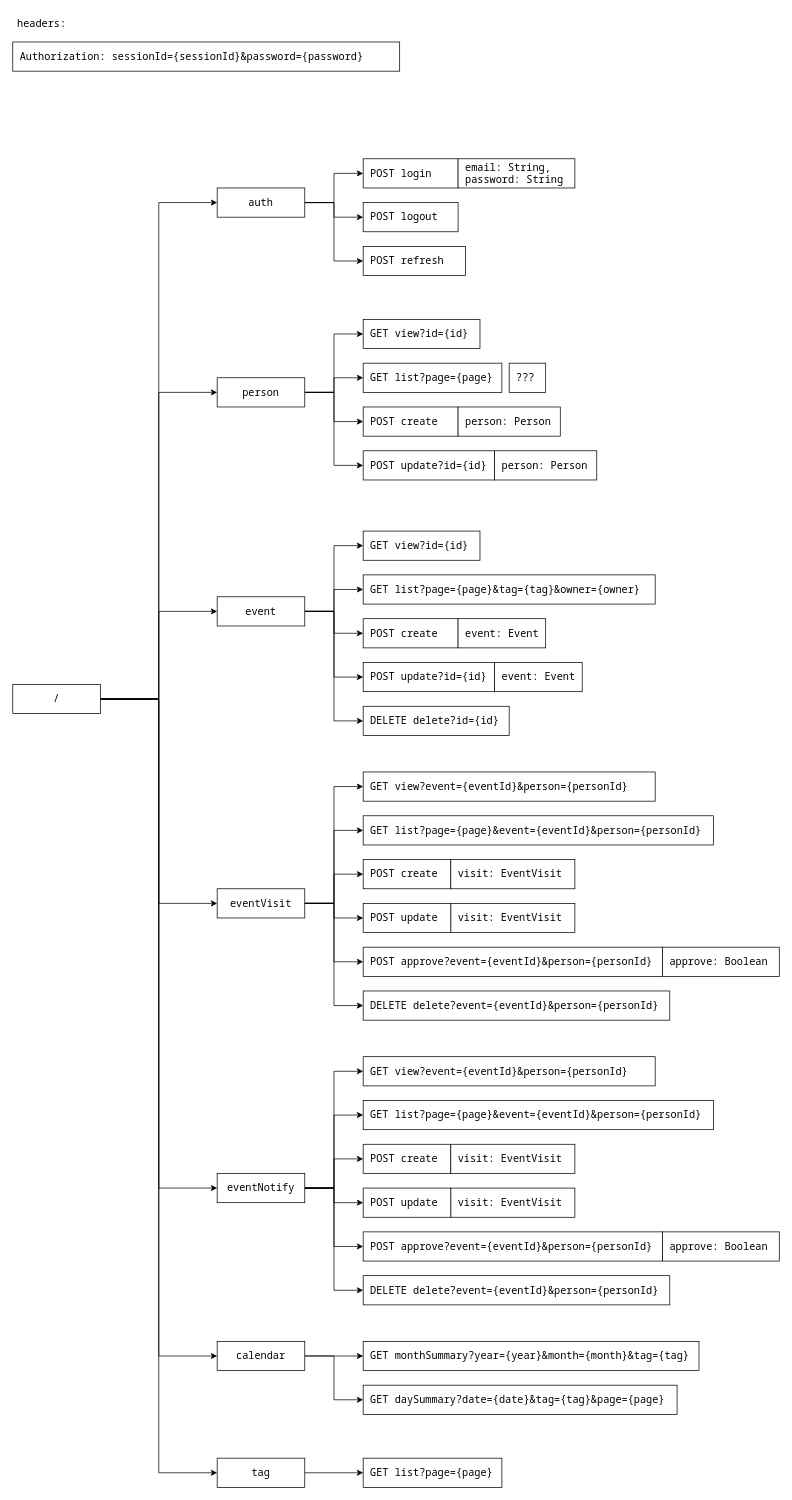
The draw.io diagram science/2023-11-29-webapi.drawio in dmitriynaumov1024/practice-events, before the edit. Source tidied: cells renumbered, new cells numbered last; positions are measured from the earlier drawing's top-left corner, leaving out a move shared by most shapes. Both pictures are drawn from the tidied source at 73%, with x=0, y=0 at pixel (12, 12).
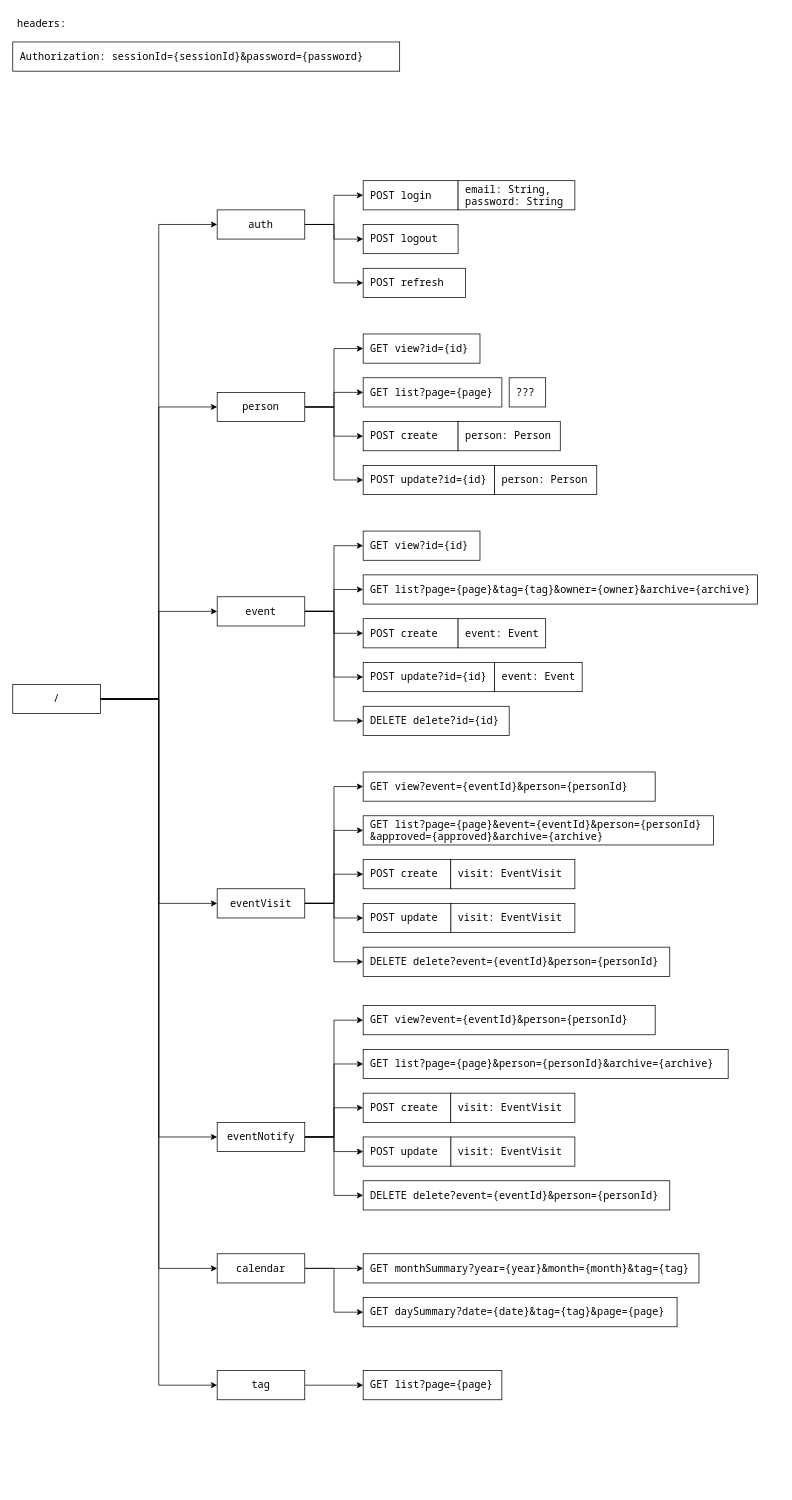
The same diagram, later.

Commit message (it also covers changes not shown here):
science: update webapi model, auth

Unchanged cells that the change refers to:
```xml
<mxCell id="39" value="eventVisit" style="rounded=0;whiteSpace=wrap;html=1;fontFamily=Noto Sans Mono;fontSize=14;" parent="1" vertex="1">
  <mxGeometry x="280" y="1200" width="120" height="40" as="geometry" />
</mxCell>
```

Change to the diagram source:
```diff
@@
     <mxCell id="20" value="person" style="rounded=0;whiteSpace=wrap;html=1;fontFamily=Noto Sans Mono;fontSize=14;" parent="1" vertex="1">
-      <mxGeometry x="280" y="500" width="120" height="40" as="geometry" />
+      <mxGeometry x="280" y="520" width="120" height="40" as="geometry" />
     </mxCell>
     <mxCell id="21" value="GET view?id={id}" style="rounded=0;whiteSpace=wrap;html=1;fontFamily=Noto Sans Mono;fontSize=14;align=left;spacingLeft=8;" parent="1" vertex="1">
-      <mxGeometry x="480" y="420" width="160" height="40" as="geometry" />
+      <mxGeometry x="480" y="440" width="160" height="40" as="geometry" />
     </mxCell>
     <mxCell id="22" value="POST create" style="rounded=0;whiteSpace=wrap;html=1;fontFamily=Noto Sans Mono;fontSize=14;align=left;spacingLeft=8;" parent="1" vertex="1">
-      <mxGeometry x="480" y="540" width="130" height="40" as="geometry" />
+      <mxGeometry x="480" y="560" width="130" height="40" as="geometry" />
     </mxCell>
     <mxCell id="23" value="GET list?page={page}" style="rounded=0;whiteSpace=wrap;html=1;fontFamily=Noto Sans Mono;fontSize=14;align=left;spacingLeft=8;" parent="1" vertex="1">
-      <mxGeometry x="480" y="480" width="190" height="40" as="geometry" />
+      <mxGeometry x="480" y="500" width="190" height="40" as="geometry" />
     </mxCell>
-    <mxCell id="24" value="GET list?page={page}&amp;amp;tag={tag}&amp;amp;owner={owner}" style="rounded=0;whiteSpace=wrap;html=1;fontFamily=Noto Sans Mono;fontSize=14;align=left;spacingLeft=8;" parent="1" vertex="1">
-      <mxGeometry x="480" y="770" width="400" height="40" as="geometry" />
+    <mxCell id="24" value="GET list?page={page}&amp;amp;tag={tag}&amp;amp;owner={owner}&amp;amp;archive={archive}" style="rounded=0;whiteSpace=wrap;html=1;fontFamily=Noto Sans Mono;fontSize=14;align=left;spacingLeft=8;" parent="1" vertex="1">
+      <mxGeometry x="480" y="770" width="540" height="40" as="geometry" />
     </mxCell>
@@
     <mxCell id="29" value="???" style="rounded=0;whiteSpace=wrap;html=1;fontFamily=Noto Sans Mono;fontSize=14;align=left;spacingLeft=8;" parent="1" vertex="1">
-      <mxGeometry x="680" y="480" width="50" height="40" as="geometry" />
+      <mxGeometry x="680" y="500" width="50" height="40" as="geometry" />
     </mxCell>
     <mxCell id="30" value="person: Person" style="rounded=0;whiteSpace=wrap;html=1;fontFamily=Noto Sans Mono;fontSize=14;align=left;spacingLeft=8;" parent="1" vertex="1">
-      <mxGeometry x="610" y="540" width="140" height="40" as="geometry" />
+      <mxGeometry x="610" y="560" width="140" height="40" as="geometry" />
     </mxCell>
@@
-    <mxCell id="37" style="edgeStyle=orthogonalEdgeStyle;rounded=0;jettySize=auto;html=1;exitX=1;exitY=0.5;exitDx=0;exitDy=0;entryX=0;entryY=0.5;entryDx=0;entryDy=0;fontFamily=Noto Sans Mono;fontSize=14;" parent="1" edge="1" source="39" target="48">
-      <mxGeometry relative="1" as="geometry" />
-    </mxCell>
@@
-    <mxCell id="40" value="GET list?page={page}&amp;amp;event={eventId}&amp;amp;person={personId}" style="rounded=0;whiteSpace=wrap;html=1;fontFamily=Noto Sans Mono;fontSize=14;align=left;spacingLeft=8;" parent="1" vertex="1">
+    <mxCell id="40" value="GET list?page={page}&amp;amp;event={eventId}&amp;amp;person={personId} &amp;amp;approved={approved}&amp;amp;archive={archive}" style="rounded=0;whiteSpace=wrap;html=1;fontFamily=Noto Sans Mono;fontSize=14;align=left;spacingLeft=8;" parent="1" vertex="1">
       <mxGeometry x="480" y="1100" width="480" height="40" as="geometry" />
     </mxCell>
@@
-    <mxCell id="48" value="POST approve?event={eventId}&amp;amp;person={personId}" style="rounded=0;whiteSpace=wrap;html=1;fontFamily=Noto Sans Mono;fontSize=14;align=left;spacingLeft=8;" parent="1" vertex="1">
-      <mxGeometry x="480" y="1280" width="410" height="40" as="geometry" />
-    </mxCell>
-    <mxCell id="49" value="approve: Boolean" style="rounded=0;whiteSpace=wrap;html=1;fontFamily=Noto Sans Mono;fontSize=14;align=left;spacingLeft=8;" parent="1" vertex="1">
-      <mxGeometry x="890" y="1280" width="160" height="40" as="geometry" />
-    </mxCell>
     <mxCell id="50" value="DELETE delete?event={eventId}&amp;amp;person={personId}" style="rounded=0;whiteSpace=wrap;html=1;fontFamily=Noto Sans Mono;fontSize=14;align=left;spacingLeft=8;" parent="1" vertex="1">
-      <mxGeometry x="480" y="1340" width="420" height="40" as="geometry" />
+      <mxGeometry x="480" y="1280" width="420" height="40" as="geometry" />
     </mxCell>
@@
-    <mxCell id="54" style="edgeStyle=orthogonalEdgeStyle;rounded=0;jettySize=auto;html=1;exitX=1;exitY=0.5;exitDx=0;exitDy=0;entryX=0;entryY=0.5;entryDx=0;entryDy=0;fontFamily=Noto Sans Mono;fontSize=14;" parent="1" edge="1" source="56" target="64">
-      <mxGeometry relative="1" as="geometry" />
-    </mxCell>
@@
     <mxCell id="56" value="eventNotify" style="rounded=0;whiteSpace=wrap;html=1;fontFamily=Noto Sans Mono;fontSize=14;" parent="1" vertex="1">
-      <mxGeometry x="280" y="1590" width="120" height="40" as="geometry" />
+      <mxGeometry x="280" y="1520" width="120" height="40" as="geometry" />
     </mxCell>
-    <mxCell id="57" value="GET list?page={page}&amp;amp;event={eventId}&amp;amp;person={personId}" style="rounded=0;whiteSpace=wrap;html=1;fontFamily=Noto Sans Mono;fontSize=14;align=left;spacingLeft=8;" parent="1" vertex="1">
-      <mxGeometry x="480" y="1490" width="480" height="40" as="geometry" />
+    <mxCell id="57" value="GET list?page={page}&amp;amp;person={personId}&amp;amp;archive={archive}" style="rounded=0;whiteSpace=wrap;html=1;fontFamily=Noto Sans Mono;fontSize=14;align=left;spacingLeft=8;" parent="1" vertex="1">
+      <mxGeometry x="480" y="1420" width="500" height="40" as="geometry" />
     </mxCell>
     <mxCell id="58" value="POST create" style="rounded=0;whiteSpace=wrap;html=1;fontFamily=Noto Sans Mono;fontSize=14;align=left;spacingLeft=8;" parent="1" vertex="1">
-      <mxGeometry x="480" y="1550" width="120" height="40" as="geometry" />
+      <mxGeometry x="480" y="1480" width="120" height="40" as="geometry" />
     </mxCell>
     <mxCell id="59" value="GET view?event={eventId}&amp;amp;person={personId}" style="rounded=0;whiteSpace=wrap;html=1;fontFamily=Noto Sans Mono;fontSize=14;align=left;spacingLeft=8;" parent="1" vertex="1">
-      <mxGeometry x="480" y="1430" width="400" height="40" as="geometry" />
+      <mxGeometry x="480" y="1360" width="400" height="40" as="geometry" />
     </mxCell>
@@
     <mxCell id="61" value="visit: EventVisit" style="rounded=0;whiteSpace=wrap;html=1;fontFamily=Noto Sans Mono;fontSize=14;align=left;spacingLeft=8;" parent="1" vertex="1">
-      <mxGeometry x="600" y="1550" width="170" height="40" as="geometry" />
+      <mxGeometry x="600" y="1480" width="170" height="40" as="geometry" />
     </mxCell>
     <mxCell id="62" value="visit: EventVisit" style="rounded=0;whiteSpace=wrap;html=1;fontFamily=Noto Sans Mono;fontSize=14;align=left;spacingLeft=8;" parent="1" vertex="1">
-      <mxGeometry x="600" y="1610" width="170" height="40" as="geometry" />
+      <mxGeometry x="600" y="1540" width="170" height="40" as="geometry" />
     </mxCell>
     <mxCell id="63" value="POST update" style="rounded=0;whiteSpace=wrap;html=1;fontFamily=Noto Sans Mono;fontSize=14;align=left;spacingLeft=8;" parent="1" vertex="1">
-      <mxGeometry x="480" y="1610" width="120" height="40" as="geometry" />
+      <mxGeometry x="480" y="1540" width="120" height="40" as="geometry" />
     </mxCell>
-    <mxCell id="64" value="POST approve?event={eventId}&amp;amp;person={personId}" style="rounded=0;whiteSpace=wrap;html=1;fontFamily=Noto Sans Mono;fontSize=14;align=left;spacingLeft=8;" parent="1" vertex="1">
-      <mxGeometry x="480" y="1670" width="410" height="40" as="geometry" />
-    </mxCell>
-    <mxCell id="65" value="approve: Boolean" style="rounded=0;whiteSpace=wrap;html=1;fontFamily=Noto Sans Mono;fontSize=14;align=left;spacingLeft=8;" parent="1" vertex="1">
-      <mxGeometry x="890" y="1670" width="160" height="40" as="geometry" />
-    </mxCell>
     <mxCell id="66" value="DELETE delete?event={eventId}&amp;amp;person={personId}" style="rounded=0;whiteSpace=wrap;html=1;fontFamily=Noto Sans Mono;fontSize=14;align=left;spacingLeft=8;" parent="1" vertex="1">
-      <mxGeometry x="480" y="1730" width="420" height="40" as="geometry" />
+      <mxGeometry x="480" y="1600" width="420" height="40" as="geometry" />
     </mxCell>
@@
     <mxCell id="69" value="calendar" style="rounded=0;whiteSpace=wrap;html=1;fontFamily=Noto Sans Mono;fontSize=14;" parent="1" vertex="1">
-      <mxGeometry x="280" y="1820" width="120" height="40" as="geometry" />
+      <mxGeometry x="280" y="1700" width="120" height="40" as="geometry" />
     </mxCell>
     <mxCell id="70" value="GET monthSummary?year={year}&amp;amp;month={month}&amp;amp;tag={tag}" style="rounded=0;whiteSpace=wrap;html=1;fontFamily=Noto Sans Mono;fontSize=14;align=left;spacingLeft=8;" parent="1" vertex="1">
-      <mxGeometry x="480" y="1820" width="460" height="40" as="geometry" />
+      <mxGeometry x="480" y="1700" width="460" height="40" as="geometry" />
     </mxCell>
@@
     <mxCell id="72" value="tag" style="rounded=0;whiteSpace=wrap;html=1;fontFamily=Noto Sans Mono;fontSize=14;" parent="1" vertex="1">
-      <mxGeometry x="280" y="1980" width="120" height="40" as="geometry" />
+      <mxGeometry x="280" y="1860" width="120" height="40" as="geometry" />
     </mxCell>
     <mxCell id="73" value="GET list?page={page}" style="rounded=0;whiteSpace=wrap;html=1;fontFamily=Noto Sans Mono;fontSize=14;align=left;spacingLeft=8;" parent="1" vertex="1">
-      <mxGeometry x="480" y="1980" width="190" height="40" as="geometry" />
+      <mxGeometry x="480" y="1860" width="190" height="40" as="geometry" />
     </mxCell>
     <mxCell id="74" value="POST update?id={id}" style="rounded=0;whiteSpace=wrap;html=1;fontFamily=Noto Sans Mono;fontSize=14;align=left;spacingLeft=8;" parent="1" vertex="1">
-      <mxGeometry x="480" y="600" width="180" height="40" as="geometry" />
+      <mxGeometry x="480" y="620" width="180" height="40" as="geometry" />
     </mxCell>
     <mxCell id="75" value="person: Person" style="rounded=0;whiteSpace=wrap;html=1;fontFamily=Noto Sans Mono;fontSize=14;align=left;spacingLeft=8;" parent="1" vertex="1">
-      <mxGeometry x="660" y="600" width="140" height="40" as="geometry" />
+      <mxGeometry x="660" y="620" width="140" height="40" as="geometry" />
     </mxCell>
@@
     <mxCell id="79" value="auth" style="rounded=0;whiteSpace=wrap;html=1;fontFamily=Noto Sans Mono;fontSize=14;" parent="1" vertex="1">
-      <mxGeometry x="280" y="240" width="120" height="40" as="geometry" />
+      <mxGeometry x="280" y="270" width="120" height="40" as="geometry" />
     </mxCell>
     <mxCell id="80" value="POST refresh" style="rounded=0;whiteSpace=wrap;html=1;fontFamily=Noto Sans Mono;fontSize=14;align=left;spacingLeft=8;" parent="1" vertex="1">
-      <mxGeometry x="480" y="320" width="140" height="40" as="geometry" />
+      <mxGeometry x="480" y="350" width="140" height="40" as="geometry" />
     </mxCell>
     <mxCell id="81" value="POST login" style="rounded=0;whiteSpace=wrap;html=1;fontFamily=Noto Sans Mono;fontSize=14;align=left;spacingLeft=8;" parent="1" vertex="1">
-      <mxGeometry x="480" y="200" width="130" height="40" as="geometry" />
+      <mxGeometry x="480" y="230" width="130" height="40" as="geometry" />
     </mxCell>
     <mxCell id="82" value="POST logout" style="rounded=0;whiteSpace=wrap;html=1;fontFamily=Noto Sans Mono;fontSize=14;align=left;spacingLeft=8;" parent="1" vertex="1">
-      <mxGeometry x="480" y="260" width="130" height="40" as="geometry" />
+      <mxGeometry x="480" y="290" width="130" height="40" as="geometry" />
     </mxCell>
     <mxCell id="83" value="email: String,&lt;br&gt;password: String" style="rounded=0;whiteSpace=wrap;html=1;fontFamily=Noto Sans Mono;fontSize=14;align=left;spacingLeft=8;" parent="1" vertex="1">
-      <mxGeometry x="610" y="200" width="160" height="40" as="geometry" />
+      <mxGeometry x="610" y="230" width="160" height="40" as="geometry" />
     </mxCell>
     <mxCell id="84" value="GET daySummary?date={date}&amp;amp;tag={tag}&amp;amp;page={page}" style="rounded=0;whiteSpace=wrap;html=1;fontFamily=Noto Sans Mono;fontSize=14;align=left;spacingLeft=8;" parent="1" vertex="1">
-      <mxGeometry x="480" y="1880" width="430" height="40" as="geometry" />
+      <mxGeometry x="480" y="1760" width="430" height="40" as="geometry" />
     </mxCell>
```
